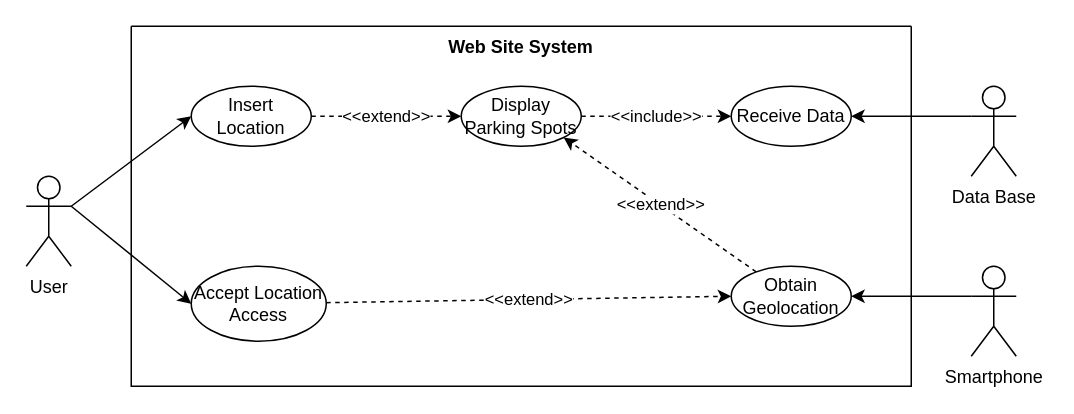
This is page "WebSiteSys_UseCases" (2 of 4) of project/report/flowcharts/RemoteSystem.drawio from ESRGgroup9/slipad, a draw.io file, before an edit. Source tidied: cells renumbered, new cells numbered last; positions are measured from the earlier drawing's top-left corner, leaving out a move shared by most shapes. Both pictures are drawn from the tidied source at 150%, with x=0, y=0 at pixel (26, 26).
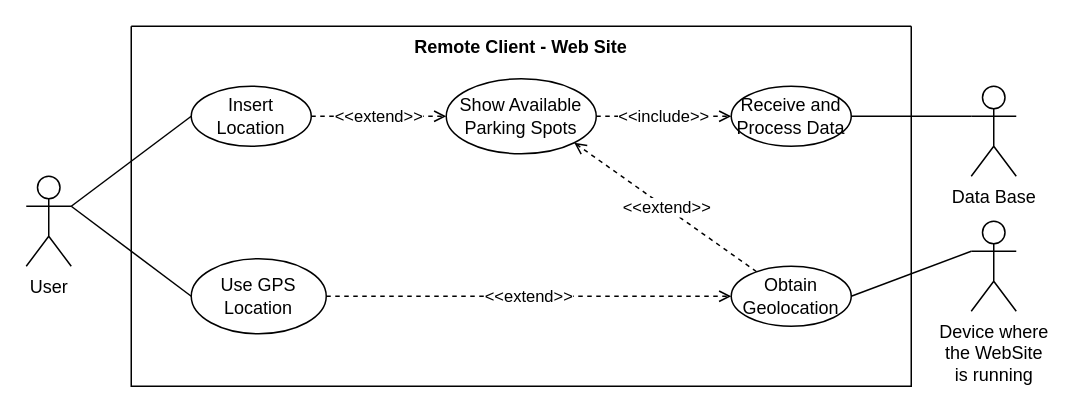
The same diagram, later.

Diff of the diagram source:
```diff
@@
 <mxGraphModel>
   <root>
     <mxCell id="0" />
     <mxCell id="1" parent="0" />
-    <mxCell id="2" value="Web Site System" style="swimlane;startSize=0;verticalAlign=top;" parent="1" vertex="1">
+    <mxCell id="2" value="Remote Client - Web Site " style="swimlane;startSize=0;verticalAlign=top;" parent="1" vertex="1">
       <mxGeometry x="70" width="520" height="240" as="geometry" />
     </mxCell>
-    <mxCell id="3" value="&amp;lt;&amp;lt;extend&amp;gt;&amp;gt;" style="edgeStyle=none;rounded=0;jettySize=auto;html=1;entryX=0;entryY=0.5;entryDx=0;entryDy=0;dashed=1;" parent="2" edge="1" source="4" target="9">
+    <mxCell id="3" value="&amp;lt;&amp;lt;extend&amp;gt;&amp;gt;" style="edgeStyle=none;rounded=0;jettySize=auto;html=1;entryX=0;entryY=0.5;entryDx=0;entryDy=0;dashed=1;endArrow=open;endFill=0;" parent="2" edge="1" source="4" target="9">
       <mxGeometry relative="1" as="geometry" />
     </mxCell>
     <mxCell id="4" value="Insert Location" style="ellipse;whiteSpace=wrap;html=1;" parent="2" vertex="1">
       <mxGeometry x="40" y="40" width="80" height="40" as="geometry" />
     </mxCell>
-    <mxCell id="5" value="&amp;lt;&amp;lt;extend&amp;gt;&amp;gt;" style="edgeStyle=none;rounded=0;jettySize=auto;html=1;entryX=1;entryY=1;entryDx=0;entryDy=0;dashed=1;" parent="2" edge="1" source="6" target="9">
+    <mxCell id="5" value="&amp;lt;&amp;lt;extend&amp;gt;&amp;gt;" style="edgeStyle=none;rounded=0;jettySize=auto;html=1;entryX=1;entryY=1;entryDx=0;entryDy=0;dashed=1;endArrow=open;endFill=0;" parent="2" edge="1" source="6" target="9">
       <mxGeometry relative="1" as="geometry" />
     </mxCell>
     <mxCell id="6" value="Obtain Geolocation" style="ellipse;whiteSpace=wrap;html=1;" parent="2" vertex="1">
       <mxGeometry x="400" y="160" width="80" height="40" as="geometry" />
     </mxCell>
-    <mxCell id="7" value="Receive Data" style="ellipse;whiteSpace=wrap;html=1;" parent="2" vertex="1">
+    <mxCell id="7" value="Receive and Process Data" style="ellipse;whiteSpace=wrap;html=1;" parent="2" vertex="1">
       <mxGeometry x="400" y="40" width="80" height="40" as="geometry" />
     </mxCell>
-    <mxCell id="8" value="&amp;lt;&amp;lt;include&amp;gt;&amp;gt;" style="edgeStyle=none;rounded=0;jettySize=auto;html=1;entryX=0;entryY=0.5;entryDx=0;entryDy=0;dashed=1;" parent="2" edge="1" source="9" target="7">
+    <mxCell id="8" value="&amp;lt;&amp;lt;include&amp;gt;&amp;gt;" style="edgeStyle=none;rounded=0;jettySize=auto;html=1;entryX=0;entryY=0.5;entryDx=0;entryDy=0;dashed=1;endArrow=open;endFill=0;" parent="2" edge="1" source="9" target="7">
       <mxGeometry relative="1" as="geometry" />
     </mxCell>
-    <mxCell id="9" value="Display Parking Spots" style="ellipse;whiteSpace=wrap;html=1;" parent="2" vertex="1">
-      <mxGeometry x="220" y="40" width="80" height="40" as="geometry" />
+    <mxCell id="9" value="Show Available Parking Spots" style="ellipse;whiteSpace=wrap;html=1;" parent="2" vertex="1">
+      <mxGeometry x="210" y="35" width="100" height="50" as="geometry" />
     </mxCell>
-    <mxCell id="10" value="&amp;lt;&amp;lt;extend&amp;gt;&amp;gt;" style="edgeStyle=none;rounded=0;jettySize=auto;html=1;entryX=0;entryY=0.5;entryDx=0;entryDy=0;dashed=1;" parent="2" edge="1" source="11" target="6">
+    <mxCell id="10" value="&amp;lt;&amp;lt;extend&amp;gt;&amp;gt;" style="edgeStyle=none;rounded=0;jettySize=auto;html=1;entryX=0;entryY=0.5;entryDx=0;entryDy=0;dashed=1;endArrow=open;endFill=0;" parent="2" edge="1" source="11" target="6">
       <mxGeometry relative="1" as="geometry" />
     </mxCell>
-    <mxCell id="11" value="Accept Location Access" style="ellipse;whiteSpace=wrap;html=1;" parent="2" vertex="1">
-      <mxGeometry x="40" y="160" width="90" height="50" as="geometry" />
+    <mxCell id="11" value="Use GPS Location" style="ellipse;whiteSpace=wrap;html=1;" parent="2" vertex="1">
+      <mxGeometry x="40" y="155" width="90" height="50" as="geometry" />
     </mxCell>
-    <mxCell id="12" style="edgeStyle=none;rounded=0;jettySize=auto;html=1;exitX=0;exitY=0.3333333333333333;exitDx=0;exitDy=0;exitPerimeter=0;entryX=1;entryY=0.5;entryDx=0;entryDy=0;" parent="1" edge="1" source="13" target="6">
+    <mxCell id="12" style="edgeStyle=none;rounded=0;jettySize=auto;html=1;exitX=0;exitY=0.3333333333333333;exitDx=0;exitDy=0;exitPerimeter=0;entryX=1;entryY=0.5;entryDx=0;entryDy=0;endArrow=none;endFill=0;" parent="1" edge="1" source="13" target="6">
       <mxGeometry relative="1" as="geometry" />
     </mxCell>
-    <mxCell id="13" value="Smartphone" style="shape=umlActor;verticalLabelPosition=bottom;verticalAlign=top;html=1;outlineConnect=0;" parent="1" vertex="1">
-      <mxGeometry x="630" y="160" width="30" height="60" as="geometry" />
+    <mxCell id="13" value="&lt;div&gt; Device where &lt;br&gt;&lt;/div&gt;&lt;div&gt;the WebSite&lt;/div&gt;&lt;div&gt; is running&lt;/div&gt;" style="shape=umlActor;verticalLabelPosition=bottom;verticalAlign=top;html=1;outlineConnect=0;" parent="1" vertex="1">
+      <mxGeometry x="630" y="130" width="30" height="60" as="geometry" />
     </mxCell>
-    <mxCell id="14" style="edgeStyle=none;rounded=0;jettySize=auto;html=1;exitX=1;exitY=0.3333333333333333;exitDx=0;exitDy=0;exitPerimeter=0;entryX=0;entryY=0.5;entryDx=0;entryDy=0;" parent="1" edge="1" source="16" target="4">
+    <mxCell id="14" style="edgeStyle=none;rounded=0;jettySize=auto;html=1;exitX=1;exitY=0.3333333333333333;exitDx=0;exitDy=0;exitPerimeter=0;entryX=0;entryY=0.5;entryDx=0;entryDy=0;endArrow=none;endFill=0;" parent="1" edge="1" source="16" target="4">
       <mxGeometry relative="1" as="geometry" />
     </mxCell>
-    <mxCell id="15" style="edgeStyle=none;rounded=0;jettySize=auto;html=1;entryX=0;entryY=0.5;entryDx=0;entryDy=0;exitX=1;exitY=0.3333333333333333;exitDx=0;exitDy=0;exitPerimeter=0;" parent="1" edge="1" source="16" target="11">
+    <mxCell id="15" style="edgeStyle=none;rounded=0;jettySize=auto;html=1;entryX=0;entryY=0.5;entryDx=0;entryDy=0;exitX=1;exitY=0.3333333333333333;exitDx=0;exitDy=0;exitPerimeter=0;endArrow=none;endFill=0;" parent="1" edge="1" source="16" target="11">
       <mxGeometry relative="1" as="geometry" />
     </mxCell>
     <mxCell id="16" value="User" style="shape=umlActor;verticalLabelPosition=bottom;verticalAlign=top;html=1;outlineConnect=0;" parent="1" vertex="1">
       <mxGeometry y="100" width="30" height="60" as="geometry" />
     </mxCell>
-    <mxCell id="17" style="edgeStyle=none;rounded=0;jettySize=auto;html=1;exitX=0;exitY=0.3333333333333333;exitDx=0;exitDy=0;exitPerimeter=0;entryX=1;entryY=0.5;entryDx=0;entryDy=0;" parent="1" edge="1" source="18" target="7">
+    <mxCell id="17" style="edgeStyle=none;rounded=0;jettySize=auto;html=1;exitX=0;exitY=0.3333333333333333;exitDx=0;exitDy=0;exitPerimeter=0;entryX=1;entryY=0.5;entryDx=0;entryDy=0;endArrow=none;endFill=0;" parent="1" edge="1" source="18" target="7">
       <mxGeometry relative="1" as="geometry" />
     </mxCell>
     <mxCell id="18" value="Data Base" style="shape=umlActor;verticalLabelPosition=bottom;verticalAlign=top;html=1;outlineConnect=0;" parent="1" vertex="1">
       <mxGeometry x="630" y="40" width="30" height="60" as="geometry" />
     </mxCell>
   </root>
 </mxGraphModel>
```
